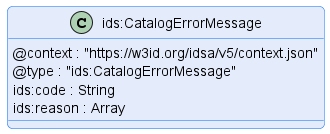
Earlier version of the PlantUML export catalog/message/diagram/catalog-error-message.png (International-Data-Spaces-Association/ids-specification). Its diagram source:
```plantuml
@startuml "catalog-error-message"
!pragma layout smetana

!include ../../diagrams/diagram.styles.puml

hide empty description


class "ids:CatalogErrorMessage" {
    @context : "https://w3id.org/idsa/v5/context.json"
    @type : "ids:CatalogErrorMessage"
    ids:code : String
    ids:reason : Array
}

@enduml
```
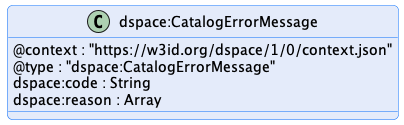
After the change.

What changed in the source:
```diff
@@ -1,16 +1,16 @@
 @startuml "catalog-error-message"
 !pragma layout smetana
 
-!include ../../diagrams/diagram.styles.puml
+!include ../../../common/style/diagram.styles.puml
 
 hide empty description
 
 
-class "ids:CatalogErrorMessage" {
-    @context : "https://w3id.org/idsa/v5/context.json"
-    @type : "ids:CatalogErrorMessage"
-    ids:code : String
-    ids:reason : Array
+class "dspace:CatalogErrorMessage" {
+    @context : "https://w3id.org/dspace/1/0/context.json"
+    @type : "dspace:CatalogErrorMessage"
+    dspace:code : String
+    dspace:reason : Array
 }
 
 @enduml
```
